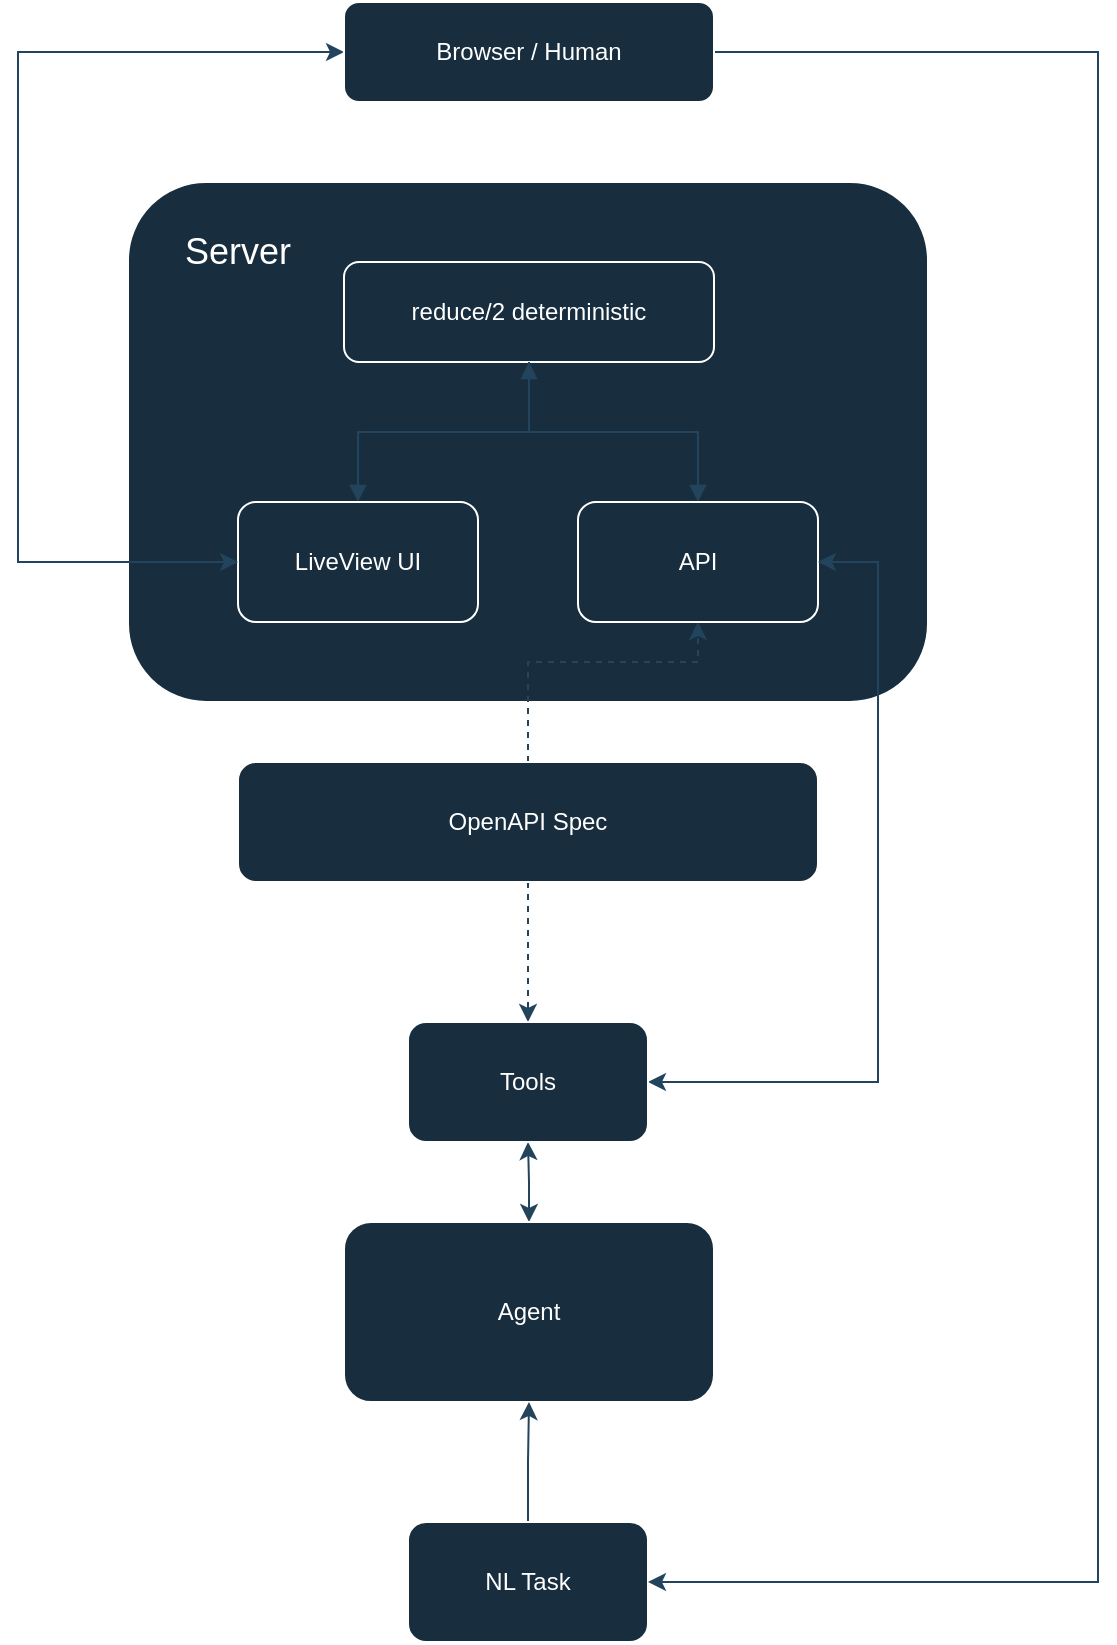
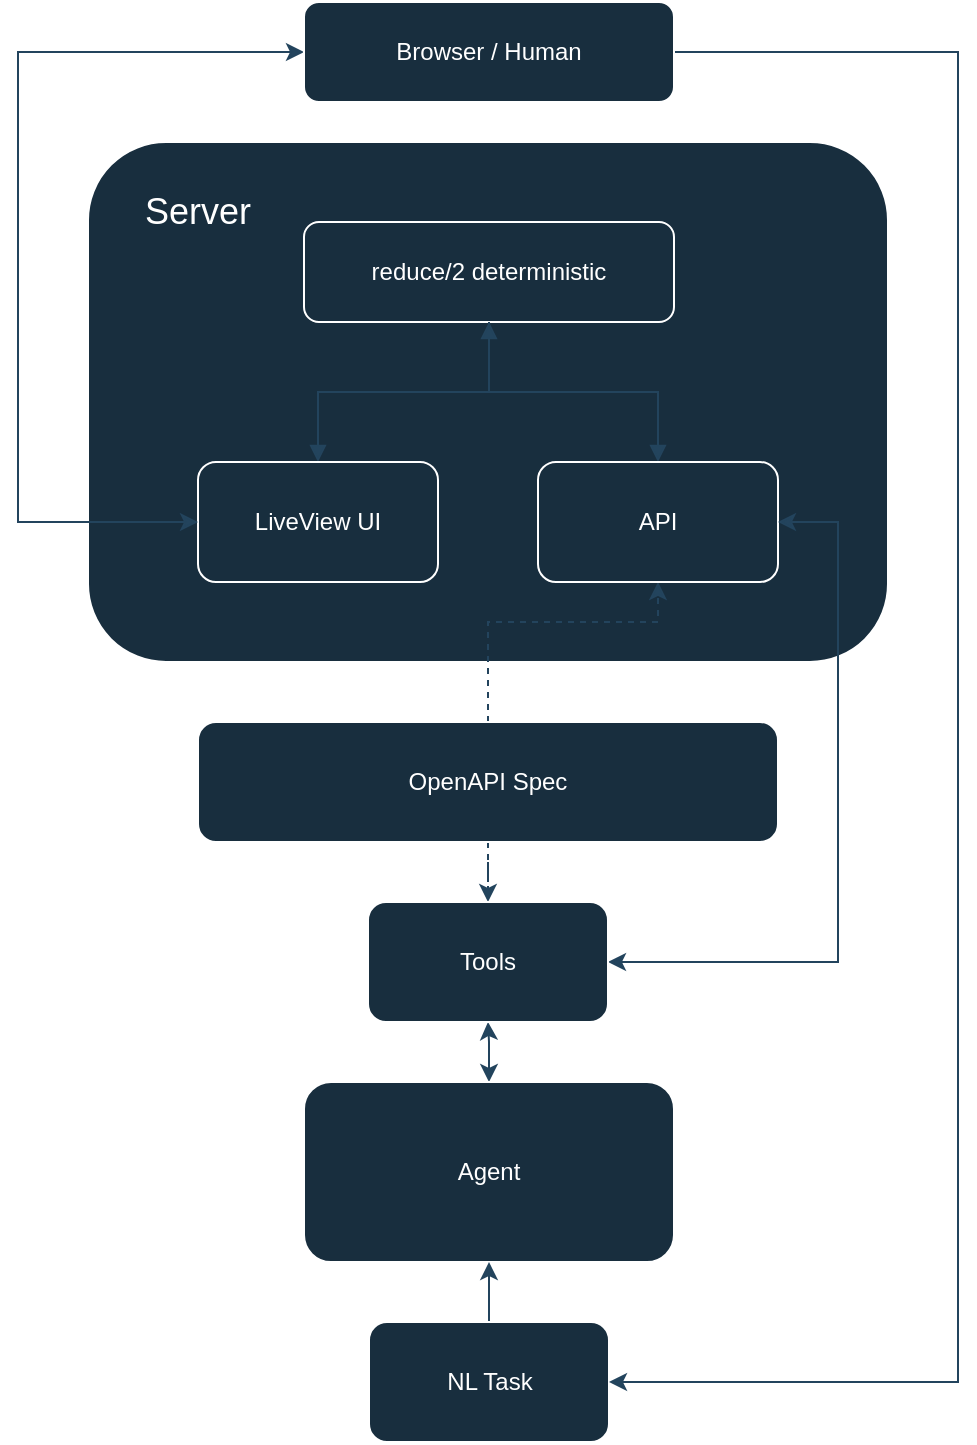
<mxfile host="Electron" agent="Mozilla/5.0 (Macintosh; Intel Mac OS X 10_15_7) AppleWebKit/537.36 (KHTML, like Gecko) draw.io/29.6.6 Chrome/144.0.7559.236 Electron/40.8.4 Safari/537.36" version="29.6.6">
  <diagram name="Page-1" id="_WBr_dXWPEtW4JsR403S">
    <mxGraphModel dx="2066" dy="1210" grid="1" gridSize="10" guides="1" tooltips="1" connect="1" arrows="1" fold="1" page="1" pageScale="1" pageWidth="850" pageHeight="1000" math="0" shadow="0">
      <root>
        <mxCell id="0" />
        <mxCell id="1" parent="0" />
        <mxCell id="PjFzq6UC3qiNdMDGJD_a-17" parent="1" style="rounded=1;whiteSpace=wrap;html=1;labelBackgroundColor=none;fillColor=#182E3E;strokeColor=#FFFFFF;fontColor=#FFFFFF;" value="" vertex="1">
          <mxGeometry height="260" width="400" x="225" y="180" as="geometry" />
        </mxCell>
        <mxCell id="PjFzq6UC3qiNdMDGJD_a-14" edge="1" parent="1" source="PjFzq6UC3qiNdMDGJD_a-1" style="edgeStyle=orthogonalEdgeStyle;rounded=0;orthogonalLoop=1;jettySize=auto;html=1;entryX=0.5;entryY=1;entryDx=0;entryDy=0;dashed=1;labelBackgroundColor=none;strokeColor=#23445D;fontColor=default;" target="PjFzq6UC3qiNdMDGJD_a-4">
          <mxGeometry relative="1" as="geometry">
            <Array as="points">
              <mxPoint x="425" y="420" />
              <mxPoint x="510" y="420" />
            </Array>
          </mxGeometry>
        </mxCell>
        <mxCell id="PjFzq6UC3qiNdMDGJD_a-15" edge="1" parent="1" source="PjFzq6UC3qiNdMDGJD_a-1" style="edgeStyle=orthogonalEdgeStyle;rounded=0;orthogonalLoop=1;jettySize=auto;html=1;dashed=1;labelBackgroundColor=none;strokeColor=#23445D;fontColor=default;" target="PjFzq6UC3qiNdMDGJD_a-11">
          <mxGeometry relative="1" as="geometry" />
        </mxCell>
        <mxCell id="PjFzq6UC3qiNdMDGJD_a-1" parent="1" style="rounded=1;whiteSpace=wrap;html=1;labelBackgroundColor=none;fillColor=#182E3E;strokeColor=#FFFFFF;fontColor=#FFFFFF;" value="OpenAPI Spec" vertex="1">
          <mxGeometry height="60" width="290" x="280" y="470" as="geometry" />
        </mxCell>
        <mxCell id="PjFzq6UC3qiNdMDGJD_a-2" parent="1" style="rounded=1;whiteSpace=wrap;html=1;labelBackgroundColor=none;fillColor=#182E3E;strokeColor=#FFFFFF;fontColor=#FFFFFF;" value="reduce/2 deterministic" vertex="1">
          <mxGeometry height="50" width="185" x="333" y="220" as="geometry" />
        </mxCell>
        <mxCell id="PjFzq6UC3qiNdMDGJD_a-6" edge="1" parent="1" source="PjFzq6UC3qiNdMDGJD_a-3" style="edgeStyle=orthogonalEdgeStyle;rounded=0;orthogonalLoop=1;jettySize=auto;html=1;endArrow=none;endFill=0;startArrow=block;startFill=1;labelBackgroundColor=none;strokeColor=#23445D;fontColor=default;" target="PjFzq6UC3qiNdMDGJD_a-2" value="">
          <mxGeometry relative="1" as="geometry" />
        </mxCell>
        <mxCell id="PjFzq6UC3qiNdMDGJD_a-3" parent="1" style="rounded=1;whiteSpace=wrap;html=1;labelBackgroundColor=none;fillColor=#182E3E;strokeColor=#FFFFFF;fontColor=#FFFFFF;" value="LiveView UI" vertex="1">
          <mxGeometry height="60" width="120" x="280" y="340" as="geometry" />
        </mxCell>
        <mxCell id="PjFzq6UC3qiNdMDGJD_a-7" edge="1" parent="1" source="PjFzq6UC3qiNdMDGJD_a-4" style="edgeStyle=orthogonalEdgeStyle;rounded=0;orthogonalLoop=1;jettySize=auto;html=1;endArrow=block;endFill=1;startArrow=block;startFill=1;labelBackgroundColor=none;strokeColor=#23445D;fontColor=default;" target="PjFzq6UC3qiNdMDGJD_a-2" value="">
          <mxGeometry relative="1" as="geometry" />
        </mxCell>
        <mxCell id="PjFzq6UC3qiNdMDGJD_a-4" parent="1" style="rounded=1;whiteSpace=wrap;html=1;labelBackgroundColor=none;fillColor=#182E3E;strokeColor=#FFFFFF;fontColor=#FFFFFF;" value="API" vertex="1">
          <mxGeometry height="60" width="120" x="450" y="340" as="geometry" />
        </mxCell>
        <mxCell id="PjFzq6UC3qiNdMDGJD_a-12" edge="1" parent="1" source="PjFzq6UC3qiNdMDGJD_a-8" style="edgeStyle=orthogonalEdgeStyle;rounded=0;orthogonalLoop=1;jettySize=auto;html=1;startArrow=classic;startFill=1;labelBackgroundColor=none;strokeColor=#23445D;fontColor=default;" target="PjFzq6UC3qiNdMDGJD_a-11" value="">
          <mxGeometry relative="1" as="geometry" />
        </mxCell>
        <mxCell id="PjFzq6UC3qiNdMDGJD_a-8" parent="1" style="rounded=1;whiteSpace=wrap;html=1;labelBackgroundColor=none;fillColor=#182E3E;strokeColor=#FFFFFF;fontColor=#FFFFFF;" value="Agent" vertex="1">
-           <mxGeometry height="90" width="185" x="333" y="700" as="geometry" />
+           <mxGeometry height="90" width="185" x="333" y="650" as="geometry" />
        </mxCell>
        <mxCell id="PjFzq6UC3qiNdMDGJD_a-10" edge="1" parent="1" source="PjFzq6UC3qiNdMDGJD_a-9" style="edgeStyle=orthogonalEdgeStyle;rounded=0;orthogonalLoop=1;jettySize=auto;html=1;labelBackgroundColor=none;strokeColor=#23445D;fontColor=default;" target="PjFzq6UC3qiNdMDGJD_a-8" value="">
          <mxGeometry relative="1" as="geometry" />
        </mxCell>
        <mxCell id="PjFzq6UC3qiNdMDGJD_a-9" parent="1" style="rounded=1;whiteSpace=wrap;html=1;labelBackgroundColor=none;fillColor=#182E3E;strokeColor=#FFFFFF;fontColor=#FFFFFF;" value="NL Task" vertex="1">
-           <mxGeometry height="60" width="120" x="365" y="850" as="geometry" />
+           <mxGeometry height="60" width="120" x="365.5" y="770" as="geometry" />
        </mxCell>
        <mxCell id="PjFzq6UC3qiNdMDGJD_a-19" edge="1" parent="1" source="PjFzq6UC3qiNdMDGJD_a-11" style="edgeStyle=orthogonalEdgeStyle;rounded=0;orthogonalLoop=1;jettySize=auto;html=1;entryX=1;entryY=0.5;entryDx=0;entryDy=0;startArrow=classic;startFill=1;labelBackgroundColor=none;strokeColor=#23445D;fontColor=default;" target="PjFzq6UC3qiNdMDGJD_a-4">
          <mxGeometry relative="1" as="geometry">
            <Array as="points">
-               <mxPoint x="600" y="630" />
+               <mxPoint x="600" y="590" />
              <mxPoint x="600" y="370" />
            </Array>
          </mxGeometry>
        </mxCell>
        <mxCell id="PjFzq6UC3qiNdMDGJD_a-11" parent="1" style="rounded=1;whiteSpace=wrap;html=1;labelBackgroundColor=none;fillColor=#182E3E;strokeColor=#FFFFFF;fontColor=#FFFFFF;" value="Tools" vertex="1">
-           <mxGeometry height="60" width="120" x="365" y="600" as="geometry" />
+           <mxGeometry height="60" width="120" x="365" y="560" as="geometry" />
        </mxCell>
        <mxCell id="PjFzq6UC3qiNdMDGJD_a-21" edge="1" parent="1" source="PjFzq6UC3qiNdMDGJD_a-20" style="edgeStyle=orthogonalEdgeStyle;rounded=0;orthogonalLoop=1;jettySize=auto;html=1;entryX=0;entryY=0.5;entryDx=0;entryDy=0;startArrow=classic;startFill=1;labelBackgroundColor=none;strokeColor=#23445D;fontColor=default;" target="PjFzq6UC3qiNdMDGJD_a-3">
          <mxGeometry relative="1" as="geometry">
            <Array as="points">
-               <mxPoint x="170" y="115" />
-               <mxPoint x="170" y="370" />
+               <mxPoint x="190" y="135" />
+               <mxPoint x="190" y="370" />
            </Array>
          </mxGeometry>
        </mxCell>
        <mxCell id="PjFzq6UC3qiNdMDGJD_a-24" edge="1" parent="1" source="PjFzq6UC3qiNdMDGJD_a-20" style="edgeStyle=orthogonalEdgeStyle;rounded=0;orthogonalLoop=1;jettySize=auto;html=1;entryX=1;entryY=0.5;entryDx=0;entryDy=0;labelBackgroundColor=none;strokeColor=#23445D;fontColor=default;" target="PjFzq6UC3qiNdMDGJD_a-9">
          <mxGeometry relative="1" as="geometry">
            <Array as="points">
-               <mxPoint x="710" y="115" />
-               <mxPoint x="710" y="880" />
+               <mxPoint x="660" y="135" />
+               <mxPoint x="660" y="800" />
            </Array>
          </mxGeometry>
        </mxCell>
        <mxCell id="PjFzq6UC3qiNdMDGJD_a-20" parent="1" style="rounded=1;whiteSpace=wrap;html=1;labelBackgroundColor=none;fillColor=#182E3E;strokeColor=#FFFFFF;fontColor=#FFFFFF;" value="Browser / Human" vertex="1">
-           <mxGeometry height="50" width="185" x="333" y="90" as="geometry" />
+           <mxGeometry height="50" width="185" x="333" y="110" as="geometry" />
        </mxCell>
        <mxCell id="PjFzq6UC3qiNdMDGJD_a-22" parent="1" style="text;html=1;whiteSpace=wrap;strokeColor=none;fillColor=none;align=center;verticalAlign=middle;rounded=0;labelBackgroundColor=none;fontColor=#FFFFFF;" value="&lt;font style=&quot;font-size: 18px;&quot;&gt;Server&lt;/font&gt;" vertex="1">
          <mxGeometry height="30" width="60" x="250" y="200" as="geometry" />
        </mxCell>
      </root>
    </mxGraphModel>
  </diagram>
</mxfile>
